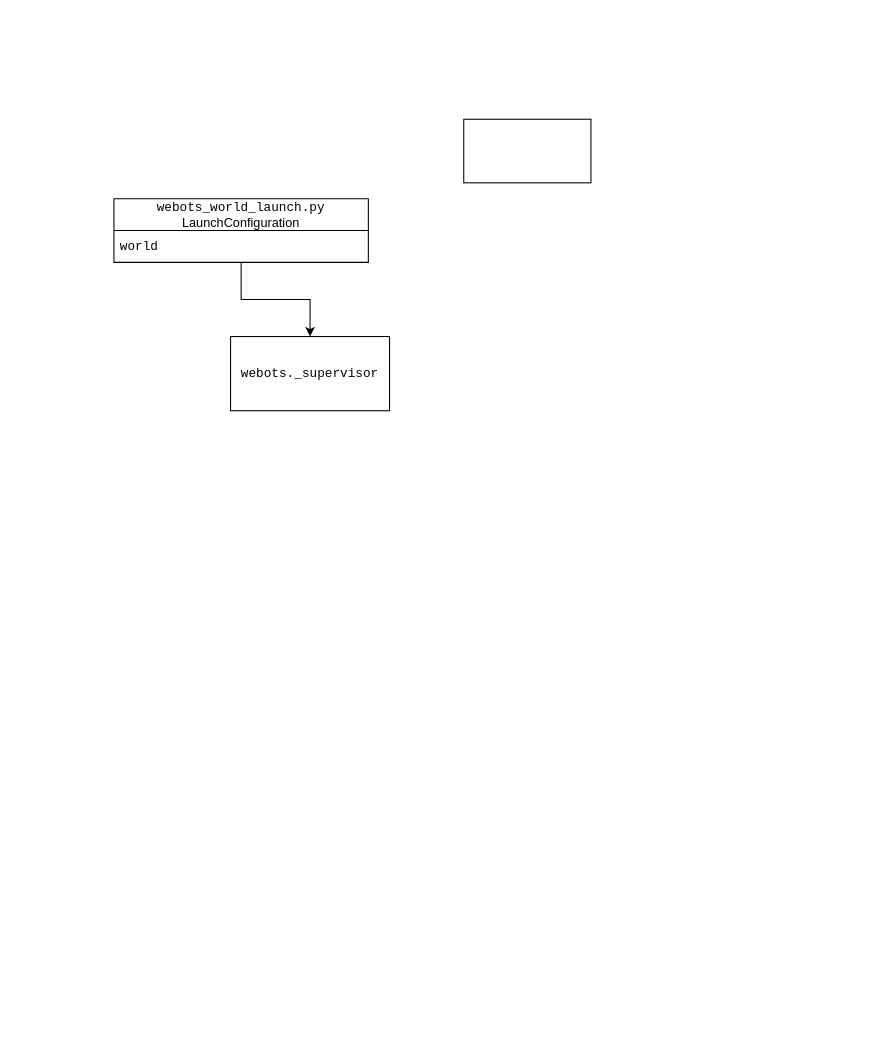
Earlier version of the draw.io diagram misc/Launch Configuration Diagram.drawio (willgraham345/drl_swarm). Source tidied: cells renumbered, new cells numbered last; positions are measured from the earlier drawing's top-left corner, leaving out a move shared by most shapes. Both pictures are drawn from the tidied source at 106%, with x=0, y=0 at pixel (113, 119).
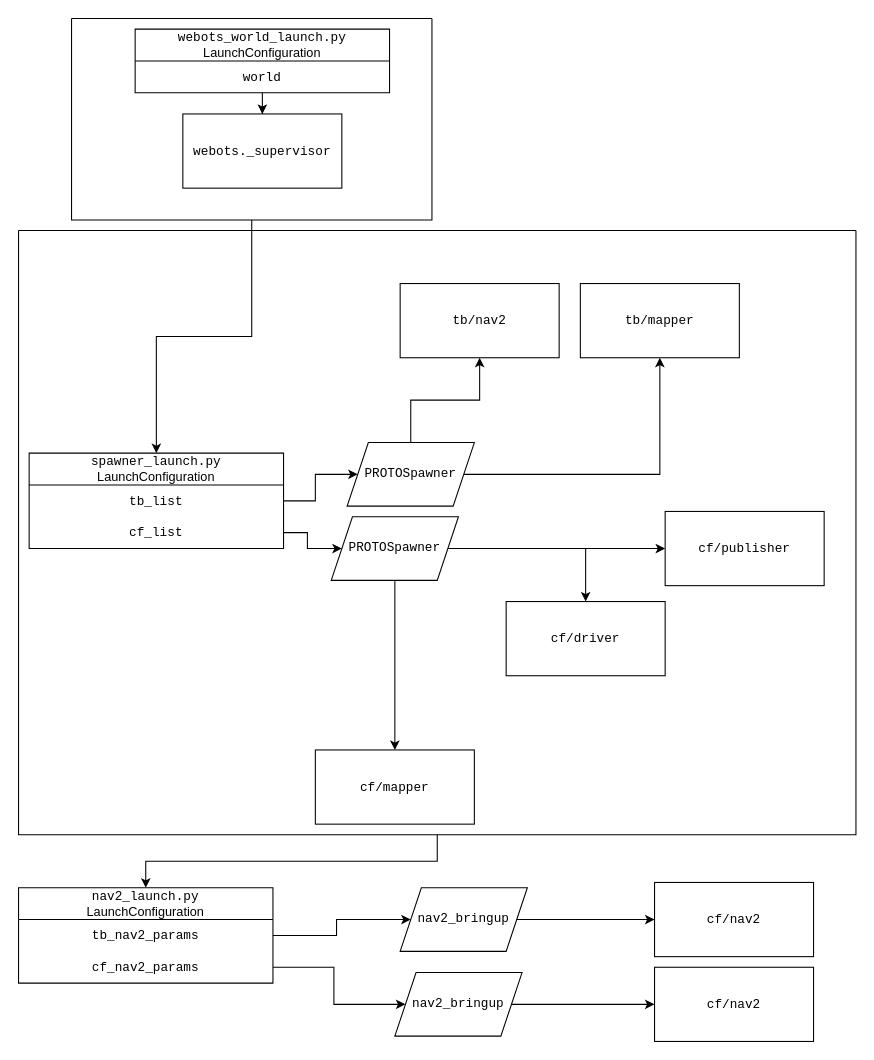
After the change.

Commit message (it also covers changes not shown here):
Updated Launch Configuration Diagram on draw.io

Change to the diagram source:
```diff
@@
     <mxCell id="3" value="&lt;font face=&quot;Courier New&quot;&gt;webots_world_launch.py&lt;/font&gt; LaunchConfiguration" style="swimlane;fontStyle=0;horizontal=1;startSize=30;whiteSpace=wrap;html=1;" parent="1" vertex="1">
-      <mxGeometry y="75" width="240" height="60" as="geometry" />
+      <mxGeometry x="20" y="-85" width="240" height="60" as="geometry" />
     </mxCell>
-    <mxCell id="4" value="&lt;font face=&quot;Courier New&quot;&gt;world&lt;/font&gt;" style="text;strokeColor=none;fillColor=none;align=left;verticalAlign=middle;spacingLeft=4;spacingRight=4;overflow=hidden;whiteSpace=wrap;html=1;" parent="3" vertex="1">
+    <mxCell id="4" value="&lt;font face=&quot;Courier New&quot;&gt;world&lt;/font&gt;" style="text;strokeColor=none;fillColor=none;align=center;verticalAlign=middle;spacingLeft=4;spacingRight=4;overflow=hidden;whiteSpace=wrap;html=1;" parent="3" vertex="1">
       <mxGeometry y="30" width="240" height="30" as="geometry" />
     </mxCell>
-    <mxCell id="5" style="rounded=0;whiteSpace=wrap;html=1;" parent="1" vertex="1">
-      <mxGeometry x="330" width="120" height="60" as="geometry" />
-    </mxCell>
     <mxCell id="6" value="&lt;font face=&quot;Courier New&quot;&gt;webots._supervisor&lt;/font&gt;" style="rounded=0;whiteSpace=wrap;html=1;" parent="1" vertex="1">
-      <mxGeometry x="110" y="205" width="150" height="70" as="geometry" />
+      <mxGeometry x="65" y="-5" width="150" height="70" as="geometry" />
     </mxCell>
+    <mxCell id="7" value="&lt;font face=&quot;Courier New&quot;&gt;spawner_launch.py&lt;/font&gt; &lt;br&gt;LaunchConfiguration" style="swimlane;fontStyle=0;horizontal=1;startSize=30;whiteSpace=wrap;html=1;" parent="1" vertex="1">
+      <mxGeometry x="-80" y="315" width="240" height="90" as="geometry" />
+    </mxCell>
+    <mxCell id="8" value="&lt;font face=&quot;Courier New&quot;&gt;tb_list&lt;/font&gt;" style="text;strokeColor=none;fillColor=none;align=center;verticalAlign=middle;spacingLeft=4;spacingRight=4;overflow=hidden;points=[[0,0.5],[1,0.5]];portConstraint=eastwest;whiteSpace=wrap;html=1;" parent="7" vertex="1">
+      <mxGeometry y="30" width="240" height="30" as="geometry" />
+    </mxCell>
+    <mxCell id="9" value="&lt;font face=&quot;Courier New&quot;&gt;cf_list&lt;/font&gt;" style="text;strokeColor=none;fillColor=none;align=center;verticalAlign=middle;spacingLeft=4;spacingRight=4;overflow=hidden;points=[[0,0.5],[1,0.5]];portConstraint=eastwest;whiteSpace=wrap;html=1;" parent="7" vertex="1">
+      <mxGeometry y="60" width="240" height="30" as="geometry" />
+    </mxCell>
+    <mxCell id="10" style="edgeStyle=orthogonalEdgeStyle;rounded=0;jettySize=auto;html=1;" parent="1" edge="1" source="12" target="20">
+      <mxGeometry relative="1" as="geometry" />
+    </mxCell>
+    <mxCell id="11" style="edgeStyle=orthogonalEdgeStyle;rounded=0;jettySize=auto;html=1;entryX=0.5;entryY=1;entryDx=0;entryDy=0;" parent="1" edge="1" source="12" target="21">
+      <mxGeometry relative="1" as="geometry" />
+    </mxCell>
+    <mxCell id="12" value="PROTOSpawner" style="shape=parallelogram;perimeter=parallelogramPerimeter;whiteSpace=wrap;html=1;fixedSize=1;fontFamily=Courier New;" parent="1" vertex="1">
+      <mxGeometry x="220" y="305" width="120" height="60" as="geometry" />
+    </mxCell>
+    <mxCell id="13" style="edgeStyle=orthogonalEdgeStyle;rounded=0;jettySize=auto;html=1;entryX=0;entryY=0.5;entryDx=0;entryDy=0;" parent="1" edge="1" source="8" target="12">
+      <mxGeometry relative="1" as="geometry" />
+    </mxCell>
+    <mxCell id="14" style="edgeStyle=orthogonalEdgeStyle;rounded=0;jettySize=auto;html=1;entryX=0.5;entryY=0;entryDx=0;entryDy=0;" parent="1" edge="1" source="17" target="19">
+      <mxGeometry relative="1" as="geometry" />
+    </mxCell>
+    <mxCell id="15" style="edgeStyle=orthogonalEdgeStyle;rounded=0;jettySize=auto;html=1;entryX=0;entryY=0.5;entryDx=0;entryDy=0;" parent="1" edge="1" source="17" target="22">
+      <mxGeometry relative="1" as="geometry" />
+    </mxCell>
+    <mxCell id="16" style="edgeStyle=orthogonalEdgeStyle;rounded=0;jettySize=auto;html=1;exitX=1;exitY=0.5;exitDx=0;exitDy=0;" parent="1" edge="1" source="17" target="23">
+      <mxGeometry relative="1" as="geometry" />
+    </mxCell>
+    <mxCell id="17" value="PROTOSpawner" style="shape=parallelogram;perimeter=parallelogramPerimeter;whiteSpace=wrap;html=1;fixedSize=1;fontFamily=Courier New;" parent="1" vertex="1">
+      <mxGeometry x="205" y="375" width="120" height="60" as="geometry" />
+    </mxCell>
+    <mxCell id="18" style="edgeStyle=orthogonalEdgeStyle;rounded=0;jettySize=auto;html=1;entryX=0;entryY=0.5;entryDx=0;entryDy=0;" parent="1" edge="1" source="9" target="17">
+      <mxGeometry relative="1" as="geometry" />
+    </mxCell>
+    <mxCell id="19" value="&lt;font face=&quot;Courier New&quot;&gt;cf/mapper&lt;/font&gt;" style="rounded=0;whiteSpace=wrap;html=1;" parent="1" vertex="1">
+      <mxGeometry x="190" y="595" width="150" height="70" as="geometry" />
+    </mxCell>
+    <mxCell id="20" value="&lt;font face=&quot;Courier New&quot;&gt;tb/mapper&lt;/font&gt;" style="rounded=0;whiteSpace=wrap;html=1;" parent="1" vertex="1">
+      <mxGeometry x="440" y="155" width="150" height="70" as="geometry" />
+    </mxCell>
+    <mxCell id="21" value="&lt;font face=&quot;Courier New&quot;&gt;tb/nav2&lt;/font&gt;" style="rounded=0;whiteSpace=wrap;html=1;" parent="1" vertex="1">
+      <mxGeometry x="270" y="155" width="150" height="70" as="geometry" />
+    </mxCell>
+    <mxCell id="22" value="&lt;font face=&quot;Courier New&quot;&gt;cf/publisher&lt;/font&gt;" style="rounded=0;whiteSpace=wrap;html=1;" parent="1" vertex="1">
+      <mxGeometry x="520" y="370" width="150" height="70" as="geometry" />
+    </mxCell>
+    <mxCell id="23" value="&lt;font face=&quot;Courier New&quot;&gt;cf/driver&lt;/font&gt;" style="rounded=0;whiteSpace=wrap;html=1;" parent="1" vertex="1">
+      <mxGeometry x="370" y="455" width="150" height="70" as="geometry" />
+    </mxCell>
+    <mxCell id="24" style="edgeStyle=orthogonalEdgeStyle;rounded=0;jettySize=auto;html=1;entryX=0.5;entryY=0;entryDx=0;entryDy=0;" parent="1" edge="1" source="25" target="7">
+      <mxGeometry relative="1" as="geometry" />
+    </mxCell>
+    <mxCell id="25" style="swimlane;startSize=0;" parent="1" vertex="1">
+      <mxGeometry x="-40" y="-95" width="340" height="190" as="geometry" />
+    </mxCell>
+    <mxCell id="26" style="edgeStyle=orthogonalEdgeStyle;rounded=0;jettySize=auto;html=1;entryX=0.5;entryY=0;entryDx=0;entryDy=0;" parent="1" edge="1" source="27" target="28">
+      <mxGeometry relative="1" as="geometry" />
+    </mxCell>
+    <mxCell id="27" style="swimlane;startSize=0;" parent="1" vertex="1">
+      <mxGeometry x="-90" y="105" width="790" height="570" as="geometry" />
+    </mxCell>
+    <mxCell id="28" value="&lt;font face=&quot;Courier New&quot;&gt;nav2_launch.py&lt;/font&gt; &lt;br&gt;LaunchConfiguration" style="swimlane;fontStyle=0;horizontal=1;startSize=30;whiteSpace=wrap;html=1;" parent="1" vertex="1">
+      <mxGeometry x="-90" y="725" width="240" height="90" as="geometry" />
+    </mxCell>
+    <mxCell id="29" value="&lt;font face=&quot;Courier New&quot;&gt;tb_nav2_params&lt;/font&gt;" style="text;strokeColor=none;fillColor=none;align=center;verticalAlign=middle;spacingLeft=4;spacingRight=4;overflow=hidden;points=[[0,0.5],[1,0.5]];portConstraint=eastwest;whiteSpace=wrap;html=1;" parent="28" vertex="1">
+      <mxGeometry y="30" width="240" height="30" as="geometry" />
+    </mxCell>
+    <mxCell id="30" value="&lt;font face=&quot;Courier New&quot;&gt;cf_nav2_params&lt;/font&gt;" style="text;strokeColor=none;fillColor=none;align=center;verticalAlign=middle;spacingLeft=4;spacingRight=4;overflow=hidden;points=[[0,0.5],[1,0.5]];portConstraint=eastwest;whiteSpace=wrap;html=1;" parent="28" vertex="1">
+      <mxGeometry y="60" width="240" height="30" as="geometry" />
+    </mxCell>
+    <mxCell id="31" style="edgeStyle=orthogonalEdgeStyle;rounded=0;jettySize=auto;html=1;entryX=0;entryY=0.5;entryDx=0;entryDy=0;" parent="1" edge="1" source="32" target="38">
+      <mxGeometry relative="1" as="geometry" />
+    </mxCell>
+    <mxCell id="32" value="nav2_bringup" style="shape=parallelogram;perimeter=parallelogramPerimeter;whiteSpace=wrap;html=1;fixedSize=1;fontFamily=Courier New;" parent="1" vertex="1">
+      <mxGeometry x="270" y="725" width="120" height="60" as="geometry" />
+    </mxCell>
+    <mxCell id="33" value="&lt;font face=&quot;Courier New&quot;&gt;cf/nav2&lt;/font&gt;" style="rounded=0;whiteSpace=wrap;html=1;" parent="1" vertex="1">
+      <mxGeometry x="510" y="800" width="150" height="70" as="geometry" />
+    </mxCell>
+    <mxCell id="34" style="edgeStyle=orthogonalEdgeStyle;rounded=0;jettySize=auto;html=1;entryX=0;entryY=0.5;entryDx=0;entryDy=0;" parent="1" edge="1" source="29" target="32">
+      <mxGeometry relative="1" as="geometry" />
+    </mxCell>
+    <mxCell id="35" style="edgeStyle=orthogonalEdgeStyle;rounded=0;jettySize=auto;html=1;entryX=0;entryY=0.5;entryDx=0;entryDy=0;" parent="1" edge="1" source="36" target="33">
+      <mxGeometry relative="1" as="geometry" />
+    </mxCell>
+    <mxCell id="36" value="nav2_bringup" style="shape=parallelogram;perimeter=parallelogramPerimeter;whiteSpace=wrap;html=1;fixedSize=1;fontFamily=Courier New;" parent="1" vertex="1">
+      <mxGeometry x="265" y="805" width="120" height="60" as="geometry" />
+    </mxCell>
+    <mxCell id="37" style="edgeStyle=orthogonalEdgeStyle;rounded=0;jettySize=auto;html=1;" parent="1" edge="1" source="30" target="36">
+      <mxGeometry relative="1" as="geometry" />
+    </mxCell>
+    <mxCell id="38" value="&lt;font face=&quot;Courier New&quot;&gt;cf/nav2&lt;/font&gt;" style="rounded=0;whiteSpace=wrap;html=1;" parent="1" vertex="1">
+      <mxGeometry x="510" y="720" width="150" height="70" as="geometry" />
+    </mxCell>
```
